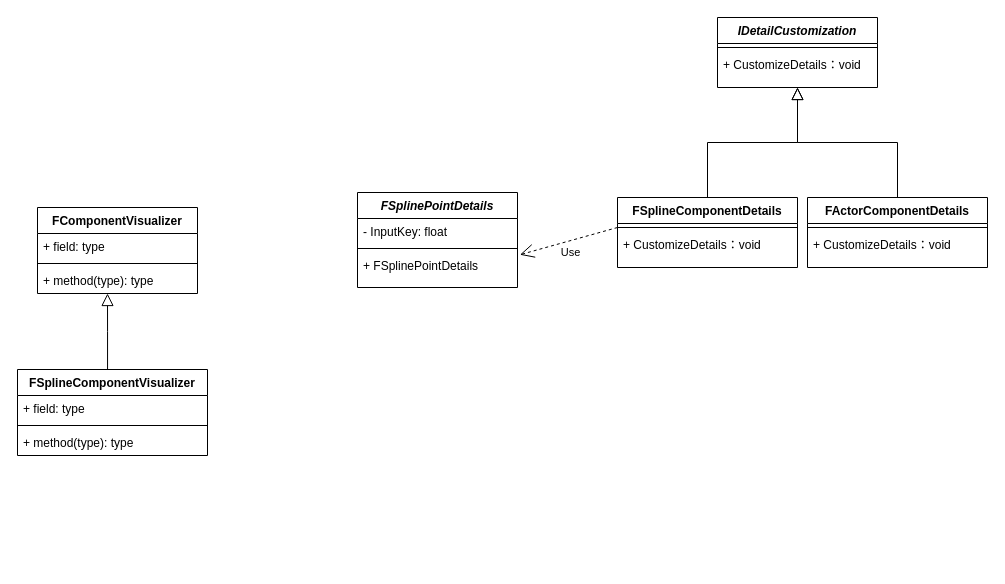
The draw.io diagram UE编辑器样条组件类图.drawio in hhw-cainiao/draw, before the edit. Source tidied: cells renumbered, new cells numbered last; positions are measured from the earlier drawing's top-left corner, leaving out a move shared by most shapes. Both pictures are drawn from the tidied source at 100%, with x=0, y=0 at pixel (17, 17).
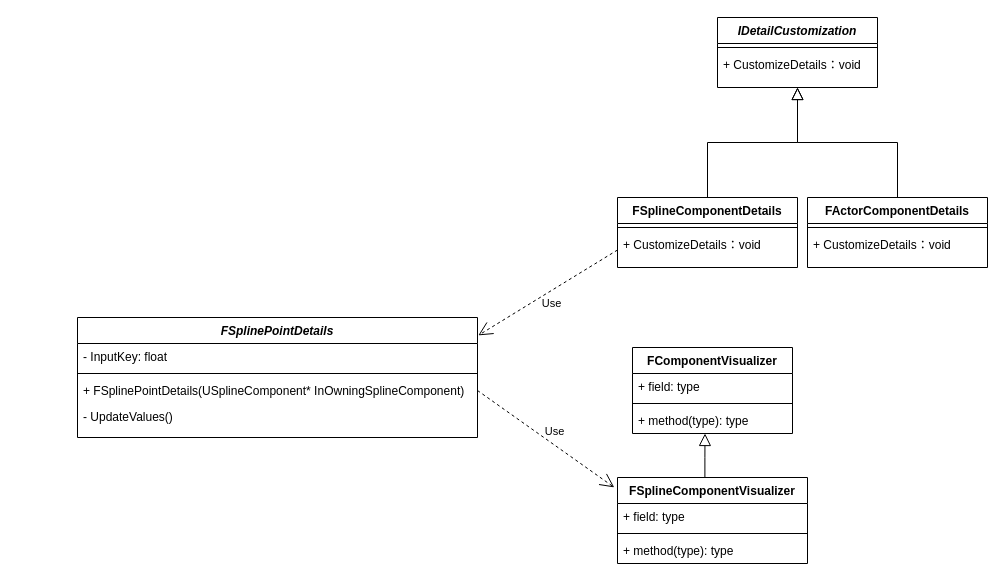
Above is the later version.

Commit message:
更新UE编辑器样条组件类图.drawio

The change refers to these unchanged cells:
```xml
<mxCell id="10" value="FSplineComponentDetails" style="swimlane;fontStyle=1;align=center;verticalAlign=top;horizontal=1;startSize=26;rounded=0;shadow=0;strokeWidth=1;" parent="1" vertex="1">
  <mxGeometry x="600" y="180" width="180" height="70" as="geometry" />
</mxCell>
```

Diff of the diagram source:
```diff
@@
-    <mxCell id="12" value="Use" style="endArrow=open;endSize=12;dashed=1;html=1;rounded=0;entryX=1.015;entryY=0.086;entryDx=0;entryDy=0;entryPerimeter=0;" parent="10" edge="1" target="26">
-      <mxGeometry x="0.03" y="11" relative="1" as="geometry">
-        <mxPoint y="30" as="sourcePoint" />
-      </mxGeometry>
-    </mxCell>
@@
     <mxCell id="14" value="FComponentVisualizer" style="swimlane;fontStyle=1;align=center;verticalAlign=top;horizontal=1;startSize=26;whiteSpace=wrap;html=1;" parent="1" vertex="1">
-      <mxGeometry x="20" y="190" width="160" height="86" as="geometry" />
+      <mxGeometry x="615" y="330" width="160" height="86" as="geometry" />
     </mxCell>
@@
     <mxCell id="18" value="FSplineComponentVisualizer" style="swimlane;fontStyle=1;align=center;verticalAlign=top;horizontal=1;startSize=26;whiteSpace=wrap;html=1;" parent="1" vertex="1">
-      <mxGeometry y="352" width="190" height="86" as="geometry" />
+      <mxGeometry x="600" y="460" width="190" height="86" as="geometry" />
     </mxCell>
@@
-    <mxCell id="22" style="endArrow=block;endSize=10;endFill=0;shadow=0;strokeWidth=1;rounded=0;curved=0;edgeStyle=elbowEdgeStyle;elbow=vertical;exitX=0.474;exitY=0;exitDx=0;exitDy=0;exitPerimeter=0;" parent="1" edge="1" source="18">
+    <mxCell id="22" style="endArrow=block;endSize=10;endFill=0;shadow=0;strokeWidth=1;rounded=0;curved=0;edgeStyle=elbowEdgeStyle;elbow=vertical;exitX=0.46;exitY=-0.004;exitDx=0;exitDy=0;exitPerimeter=0;" parent="1" edge="1" source="18">
       <mxGeometry relative="1" as="geometry">
-        <mxPoint x="90" y="276" as="targetPoint" />
+        <mxPoint x="687.5" y="416" as="targetPoint" />
+        <Array as="points">
+          <mxPoint x="690" y="440" />
+        </Array>
       </mxGeometry>
     </mxCell>
     <mxCell id="23" value="FSplinePointDetails" style="swimlane;fontStyle=3;align=center;verticalAlign=top;horizontal=1;startSize=26;rounded=0;shadow=0;strokeWidth=1;" parent="1" vertex="1">
-      <mxGeometry x="340" y="175" width="160" height="95" as="geometry" />
+      <mxGeometry x="60" y="300" width="400" height="120" as="geometry" />
     </mxCell>
     <mxCell id="24" value="- InputKey: float" style="text;align=left;verticalAlign=top;spacingLeft=4;spacingRight=4;overflow=hidden;" parent="23" vertex="1">
-      <mxGeometry y="26" width="160" height="26" as="geometry" />
+      <mxGeometry y="26" width="400" height="26" as="geometry" />
     </mxCell>
     <mxCell id="25" style="line;html=1;strokeWidth=1;align=left;verticalAlign=middle;spacingTop=-1;spacingLeft=3;spacingRight=3;labelPosition=right;" parent="23" vertex="1">
-      <mxGeometry y="52" width="160" height="8" as="geometry" />
+      <mxGeometry y="52" width="400" height="8" as="geometry" />
     </mxCell>
-    <mxCell id="26" value="+ FSplinePointDetails" style="text;align=left;verticalAlign=top;spacingLeft=4;spacingRight=4;overflow=hidden;points=[[0,0.5],[1,0.5]];portConstraint=eastwest;" parent="23" vertex="1">
-      <mxGeometry y="60" width="160" height="26" as="geometry" />
+    <mxCell id="26" value="+ FSplinePointDetails(USplineComponent* InOwningSplineComponent)" style="text;align=left;verticalAlign=top;spacingLeft=4;spacingRight=4;overflow=hidden;points=[[0,0.5],[1,0.5]];portConstraint=eastwest;" parent="23" vertex="1">
+      <mxGeometry y="60" width="400" height="26" as="geometry" />
     </mxCell>
+    <mxCell id="27" value="- UpdateValues()" style="text;align=left;verticalAlign=top;spacingLeft=4;spacingRight=4;overflow=hidden;" parent="23" vertex="1">
+      <mxGeometry y="86" width="400" height="26" as="geometry" />
+    </mxCell>
+    <mxCell id="12" value="Use" style="endArrow=open;endSize=12;dashed=1;html=1;rounded=0;entryX=1.002;entryY=0.149;entryDx=0;entryDy=0;entryPerimeter=0;exitX=0;exitY=0.75;exitDx=0;exitDy=0;" parent="1" edge="1" source="10" target="23">
+      <mxGeometry x="0.03" y="11" relative="1" as="geometry" />
+    </mxCell>
+    <mxCell id="28" value="Use" style="endArrow=open;endSize=12;dashed=1;html=1;rounded=0;entryX=-0.017;entryY=0.115;entryDx=0;entryDy=0;entryPerimeter=0;exitX=1;exitY=0.5;exitDx=0;exitDy=0;" parent="1" edge="1" source="26" target="18">
+      <mxGeometry x="0.03" y="11" relative="1" as="geometry" />
+    </mxCell>
```
